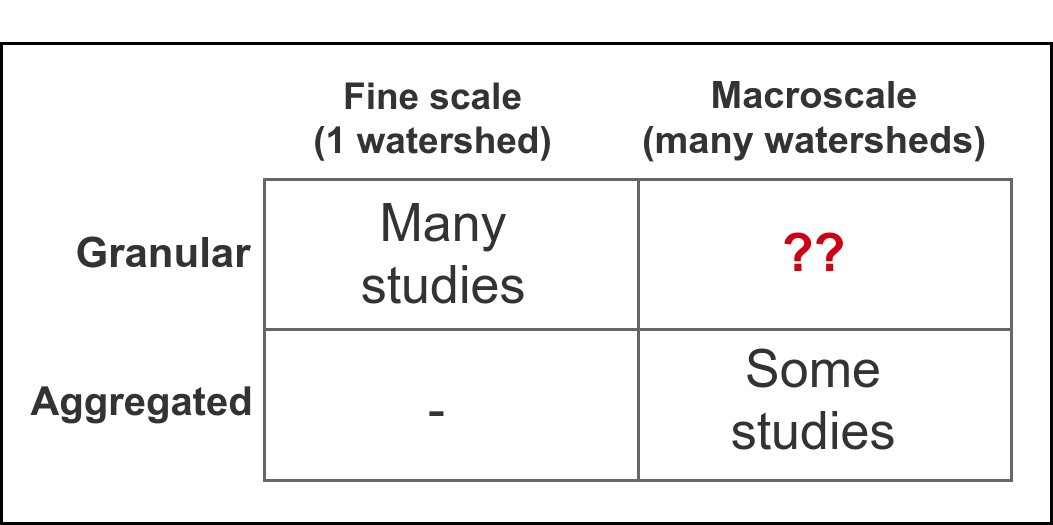
This is images/granularity.png from jsta/2019_ESA, a draw.io export, as it was before one commit. Source tidied: cells renumbered, new cells last; positions are measured from the earlier drawing's top-left corner, leaving out a move shared by most shapes.
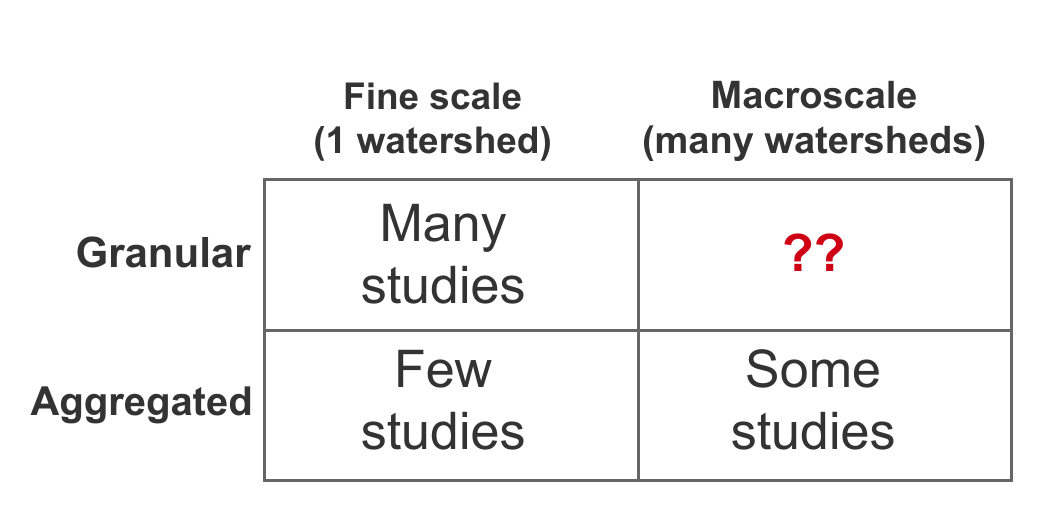
After the change.

The edit, as a diff of the source:
```diff
@@ -2,7 +2,7 @@
   <root>
     <mxCell id="0" />
     <mxCell id="1" parent="0" />
-    <mxCell id="2" style="rounded=0;whiteSpace=wrap;html=1;fontSize=38;strokeWidth=3;" parent="1" vertex="1">
+    <mxCell id="2" style="rounded=0;whiteSpace=wrap;html=1;fontSize=38;strokeWidth=3;strokeColor=none;fillColor=none;" parent="1" vertex="1">
       <mxGeometry y="43" width="1050" height="480" as="geometry" />
     </mxCell>
     <mxCell id="3" style="group;" parent="1" vertex="1">
@@ -17,8 +17,8 @@
     <mxCell id="6" style="endArrow=none;html=1;entryX=0;entryY=0.5;entryDx=0;entryDy=0;exitX=1;exitY=0.5;exitDx=0;exitDy=0;fillColor=#f5f5f5;strokeColor=#666666;strokeWidth=3;" parent="3" edge="1" source="4" target="4">
       <mxGeometry relative="1" as="geometry" />
     </mxCell>
-    <mxCell id="7" value="-" style="text;html=1;strokeColor=none;fillColor=none;align=center;verticalAlign=middle;whiteSpace=wrap;rounded=0;fontColor=#333333;fontSize=52;fontStyle=0;" parent="3" vertex="1">
-      <mxGeometry x="302.9" y="386.7" width="57.9" height="43.2" as="geometry" />
+    <mxCell id="7" value="Few studies" style="text;html=1;strokeColor=none;fillColor=none;align=center;verticalAlign=middle;whiteSpace=wrap;rounded=0;fontColor=#333333;fontSize=52;fontStyle=0;" parent="3" vertex="1">
+      <mxGeometry x="309.9" y="377.7" width="57.9" height="43.2" as="geometry" />
     </mxCell>
     <mxCell id="8" value="Granular" style="text;html=1;strokeColor=none;fillColor=none;align=center;verticalAlign=middle;whiteSpace=wrap;rounded=0;fontColor=#333333;fontSize=42;fontStyle=1;" parent="3" vertex="1">
       <mxGeometry x="-13.6" y="221.4" width="144.7" height="60.4" as="geometry" />
```
